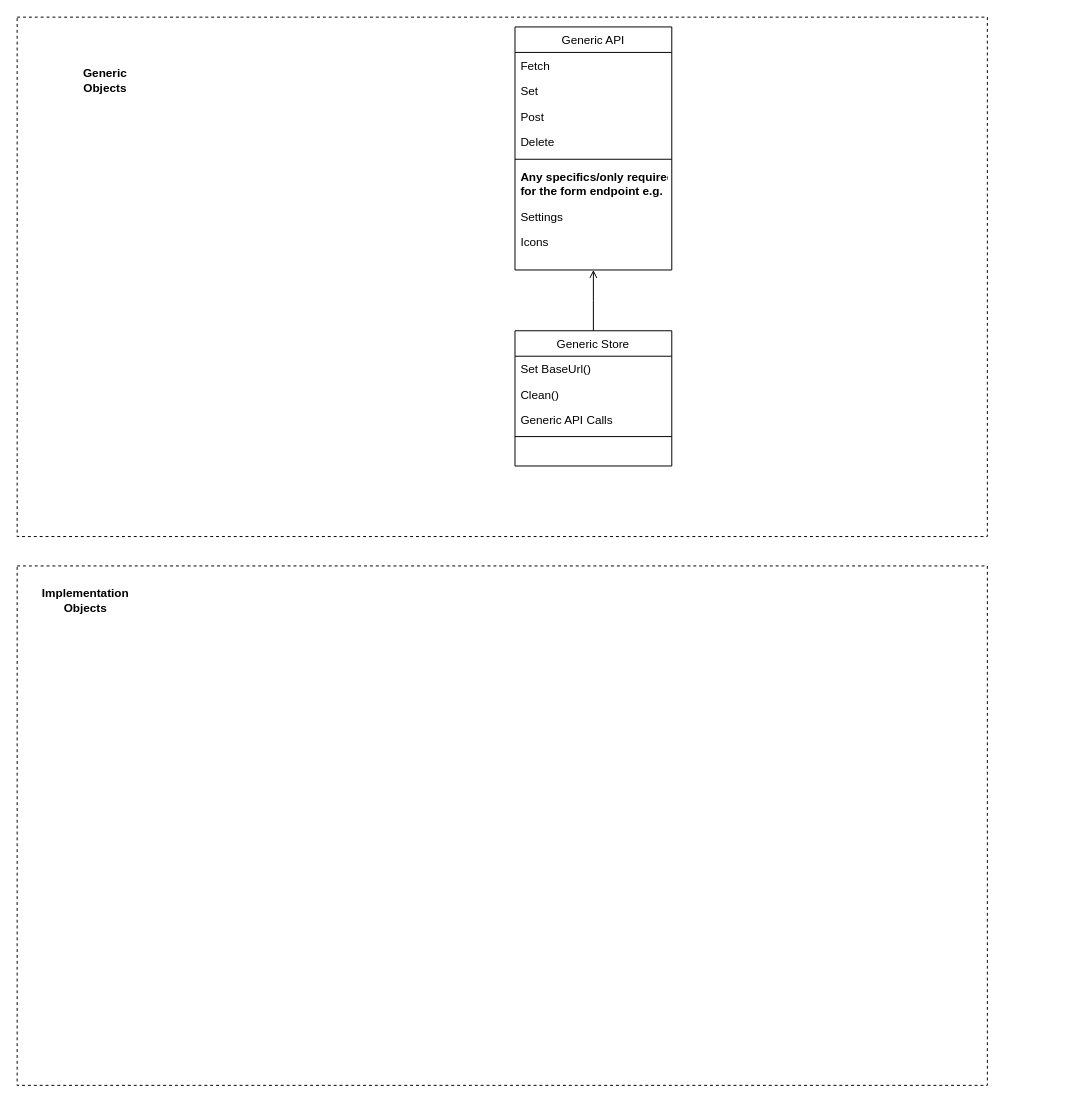
This is GenericTableDesign.drawio from gbates-e2open/drawioFiles, a draw.io file, before an edit. Source tidied: cells renumbered, new cells numbered last; positions are measured from the earlier drawing's top-left corner, leaving out a move shared by most shapes. Both pictures are drawn from the tidied source at 98%, with x=0, y=0 at pixel (17, 17).
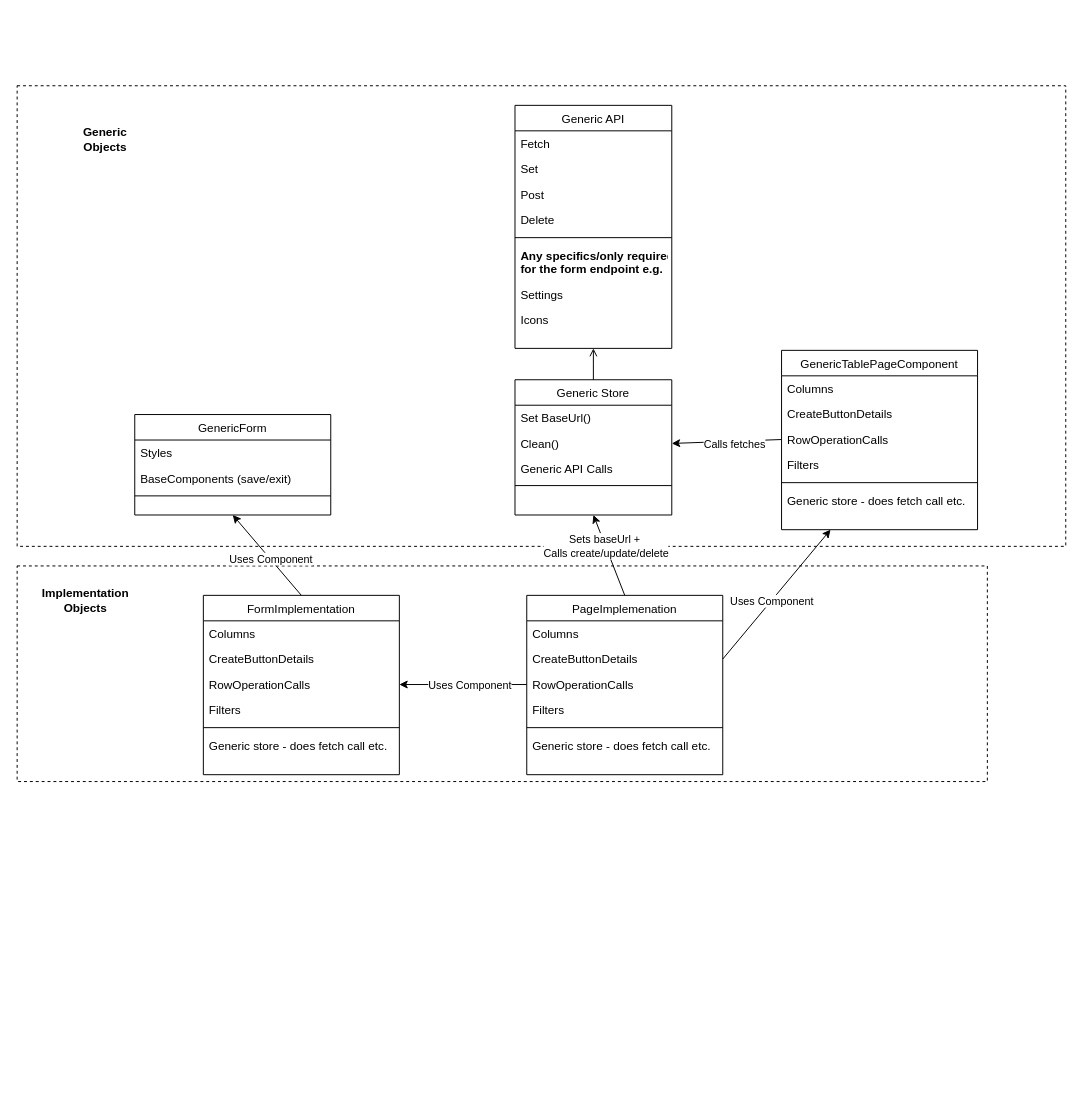
Above is the later version.

The change refers to these unchanged cells:
```xml
<mxCell id="5" value="Clean()" style="text;align=left;verticalAlign=top;spacingLeft=4;spacingRight=4;overflow=hidden;points=[[0,0.5],[1,0.5]];portConstraint=eastwest;rounded=0;shadow=0;html=0;" parent="3" vertex="1">
  <mxGeometry y="52" width="160" height="26" as="geometry" />
</mxCell>
```

Change to the diagram source:
```diff
@@
     <mxCell id="2" style="rounded=0;whiteSpace=wrap;html=1;dashed=1;" parent="1" vertex="1">
-      <mxGeometry width="990" height="530" as="geometry" />
+      <mxGeometry y="70" width="1070" height="470" as="geometry" />
     </mxCell>
     <mxCell id="3" value="Generic Store" style="swimlane;fontStyle=0;align=center;verticalAlign=top;horizontal=1;startSize=26;rounded=0;shadow=0;strokeWidth=1;" parent="1" vertex="1">
-      <mxGeometry x="508" y="320" width="160" height="138" as="geometry" />
+      <mxGeometry x="508" y="370" width="160" height="138" as="geometry" />
     </mxCell>
@@
     <mxCell id="8" value="Generic API" style="swimlane;fontStyle=0;align=center;verticalAlign=top;horizontal=1;startSize=26;rounded=0;shadow=0;strokeWidth=1;" parent="1" vertex="1">
-      <mxGeometry x="508" y="10" width="160" height="248" as="geometry" />
+      <mxGeometry x="508" y="90" width="160" height="248" as="geometry" />
     </mxCell>
@@
     <mxCell id="18" value="&lt;b&gt;Generic Objects&lt;/b&gt;" style="text;html=1;align=center;verticalAlign=middle;whiteSpace=wrap;rounded=0;" parent="1" vertex="1">
-      <mxGeometry x="60" y="50" width="60" height="30" as="geometry" />
+      <mxGeometry x="60" y="110" width="60" height="30" as="geometry" />
     </mxCell>
     <mxCell id="19" style="rounded=0;whiteSpace=wrap;html=1;dashed=1;" parent="1" vertex="1">
-      <mxGeometry y="560" width="990" height="530" as="geometry" />
+      <mxGeometry y="560" width="990" height="220" as="geometry" />
     </mxCell>
@@
+    <mxCell id="21" value="GenericTablePageComponent" style="swimlane;fontStyle=0;align=center;verticalAlign=top;horizontal=1;startSize=26;rounded=0;shadow=0;strokeWidth=1;" parent="1" vertex="1">
+      <mxGeometry x="780" y="340" width="200" height="183" as="geometry" />
+    </mxCell>
+    <mxCell id="22" value="Columns" style="text;align=left;verticalAlign=top;spacingLeft=4;spacingRight=4;overflow=hidden;rounded=0;shadow=0;html=0;" parent="21" vertex="1">
+      <mxGeometry y="26" width="200" height="26" as="geometry" />
+    </mxCell>
+    <mxCell id="23" value="CreateButtonDetails" style="text;align=left;verticalAlign=top;spacingLeft=4;spacingRight=4;overflow=hidden;rounded=0;shadow=0;html=0;" parent="21" vertex="1">
+      <mxGeometry y="52" width="200" height="26" as="geometry" />
+    </mxCell>
+    <mxCell id="24" value="RowOperationCalls" style="text;align=left;verticalAlign=top;spacingLeft=4;spacingRight=4;overflow=hidden;points=[[0,0.5],[1,0.5]];portConstraint=eastwest;rounded=0;shadow=0;html=0;" parent="21" vertex="1">
+      <mxGeometry y="78" width="200" height="26" as="geometry" />
+    </mxCell>
+    <mxCell id="25" value="Filters" style="text;align=left;verticalAlign=top;spacingLeft=4;spacingRight=4;overflow=hidden;rounded=0;shadow=0;html=0;" parent="21" vertex="1">
+      <mxGeometry y="104" width="200" height="26" as="geometry" />
+    </mxCell>
+    <mxCell id="26" style="line;html=1;strokeWidth=1;align=left;verticalAlign=middle;spacingTop=-1;spacingLeft=3;spacingRight=3;labelPosition=right;" parent="21" vertex="1">
+      <mxGeometry y="130" width="200" height="10" as="geometry" />
+    </mxCell>
+    <mxCell id="27" value="Generic store - does fetch call etc." style="text;align=left;verticalAlign=top;spacingLeft=4;spacingRight=4;overflow=hidden;" parent="21" vertex="1">
+      <mxGeometry y="140" width="200" height="26" as="geometry" />
+    </mxCell>
+    <mxCell id="28" value="PageImplemenation" style="swimlane;fontStyle=0;align=center;verticalAlign=top;horizontal=1;startSize=26;rounded=0;shadow=0;strokeWidth=1;" parent="1" vertex="1">
+      <mxGeometry x="520" y="590" width="200" height="183" as="geometry" />
+    </mxCell>
+    <mxCell id="29" value="Columns" style="text;align=left;verticalAlign=top;spacingLeft=4;spacingRight=4;overflow=hidden;rounded=0;shadow=0;html=0;" parent="28" vertex="1">
+      <mxGeometry y="26" width="200" height="26" as="geometry" />
+    </mxCell>
+    <mxCell id="30" value="CreateButtonDetails" style="text;align=left;verticalAlign=top;spacingLeft=4;spacingRight=4;overflow=hidden;points=[[0,0.5],[1,0.5]];portConstraint=eastwest;rounded=0;shadow=0;html=0;" parent="28" vertex="1">
+      <mxGeometry y="52" width="200" height="26" as="geometry" />
+    </mxCell>
+    <mxCell id="31" value="RowOperationCalls" style="text;align=left;verticalAlign=top;spacingLeft=4;spacingRight=4;overflow=hidden;points=[[0,0.5],[1,0.5]];portConstraint=eastwest;rounded=0;shadow=0;html=0;" parent="28" vertex="1">
+      <mxGeometry y="78" width="200" height="26" as="geometry" />
+    </mxCell>
+    <mxCell id="32" value="Filters" style="text;align=left;verticalAlign=top;spacingLeft=4;spacingRight=4;overflow=hidden;rounded=0;shadow=0;html=0;" parent="28" vertex="1">
+      <mxGeometry y="104" width="200" height="26" as="geometry" />
+    </mxCell>
+    <mxCell id="33" style="line;html=1;strokeWidth=1;align=left;verticalAlign=middle;spacingTop=-1;spacingLeft=3;spacingRight=3;labelPosition=right;" parent="28" vertex="1">
+      <mxGeometry y="130" width="200" height="10" as="geometry" />
+    </mxCell>
+    <mxCell id="34" value="Generic store - does fetch call etc." style="text;align=left;verticalAlign=top;spacingLeft=4;spacingRight=4;overflow=hidden;" parent="28" vertex="1">
+      <mxGeometry y="140" width="200" height="26" as="geometry" />
+    </mxCell>
+    <mxCell id="35" value="FormImplementation" style="swimlane;fontStyle=0;align=center;verticalAlign=top;horizontal=1;startSize=26;rounded=0;shadow=0;strokeWidth=1;" parent="1" vertex="1">
+      <mxGeometry x="190" y="590" width="200" height="183" as="geometry" />
+    </mxCell>
+    <mxCell id="36" value="Columns" style="text;align=left;verticalAlign=top;spacingLeft=4;spacingRight=4;overflow=hidden;rounded=0;shadow=0;html=0;" parent="35" vertex="1">
+      <mxGeometry y="26" width="200" height="26" as="geometry" />
+    </mxCell>
+    <mxCell id="37" value="CreateButtonDetails" style="text;align=left;verticalAlign=top;spacingLeft=4;spacingRight=4;overflow=hidden;rounded=0;shadow=0;html=0;" parent="35" vertex="1">
+      <mxGeometry y="52" width="200" height="26" as="geometry" />
+    </mxCell>
+    <mxCell id="38" value="RowOperationCalls" style="text;align=left;verticalAlign=top;spacingLeft=4;spacingRight=4;overflow=hidden;points=[[0,0.5],[1,0.5]];portConstraint=eastwest;rounded=0;shadow=0;html=0;" parent="35" vertex="1">
+      <mxGeometry y="78" width="200" height="26" as="geometry" />
+    </mxCell>
+    <mxCell id="39" value="Filters" style="text;align=left;verticalAlign=top;spacingLeft=4;spacingRight=4;overflow=hidden;rounded=0;shadow=0;html=0;" parent="35" vertex="1">
+      <mxGeometry y="104" width="200" height="26" as="geometry" />
+    </mxCell>
+    <mxCell id="40" style="line;html=1;strokeWidth=1;align=left;verticalAlign=middle;spacingTop=-1;spacingLeft=3;spacingRight=3;labelPosition=right;" parent="35" vertex="1">
+      <mxGeometry y="130" width="200" height="10" as="geometry" />
+    </mxCell>
+    <mxCell id="41" value="Generic store - does fetch call etc." style="text;align=left;verticalAlign=top;spacingLeft=4;spacingRight=4;overflow=hidden;" parent="35" vertex="1">
+      <mxGeometry y="140" width="200" height="26" as="geometry" />
+    </mxCell>
+    <mxCell id="42" style="endArrow=classic;html=1;rounded=0;entryX=0.25;entryY=1;entryDx=0;entryDy=0;exitX=1;exitY=0.5;exitDx=0;exitDy=0;" parent="1" edge="1" source="30" target="21">
+      <mxGeometry relative="1" as="geometry" />
+    </mxCell>
+    <mxCell id="43" value="Uses Component" style="edgeLabel;html=1;align=center;verticalAlign=middle;" parent="42" vertex="1">
+      <mxGeometry x="-0.1" relative="1" as="geometry" />
+    </mxCell>
+    <mxCell id="44" style="endArrow=classic;html=1;rounded=0;entryX=0.5;entryY=1;entryDx=0;entryDy=0;exitX=0.5;exitY=0;exitDx=0;exitDy=0;" parent="1" edge="1" source="28" target="3">
+      <mxGeometry relative="1" as="geometry" />
+    </mxCell>
+    <mxCell id="45" value="Sets baseUrl +&amp;nbsp;&lt;div&gt;Calls create/update/delete&lt;/div&gt;" style="edgeLabel;html=1;align=center;verticalAlign=middle;" parent="44" vertex="1">
+      <mxGeometry x="0.25" y="1" relative="1" as="geometry">
+        <mxPoint x="1" as="offset" />
+      </mxGeometry>
+    </mxCell>
+    <mxCell id="46" style="endArrow=classic;html=1;rounded=0;entryX=1;entryY=0.5;entryDx=0;entryDy=0;exitX=0;exitY=0.5;exitDx=0;exitDy=0;" parent="1" edge="1" source="24" target="5">
+      <mxGeometry relative="1" as="geometry" />
+    </mxCell>
+    <mxCell id="47" value="Calls fetches" style="edgeLabel;html=1;align=center;verticalAlign=middle;" parent="46" vertex="1">
+      <mxGeometry x="-0.12" y="3" relative="1" as="geometry" />
+    </mxCell>
+    <mxCell id="48" style="endArrow=classic;html=1;rounded=0;entryX=1;entryY=0.5;entryDx=0;entryDy=0;exitX=0;exitY=0.5;exitDx=0;exitDy=0;" parent="1" edge="1" source="31" target="38">
+      <mxGeometry relative="1" as="geometry" />
+    </mxCell>
+    <mxCell id="49" value="Uses Component" style="edgeLabel;html=1;align=center;verticalAlign=middle;" parent="48" vertex="1">
+      <mxGeometry x="-0.1" relative="1" as="geometry" />
+    </mxCell>
+    <mxCell id="50" value="GenericForm" style="swimlane;fontStyle=0;align=center;verticalAlign=top;horizontal=1;startSize=26;rounded=0;shadow=0;strokeWidth=1;" parent="1" vertex="1">
+      <mxGeometry x="120" y="405.5" width="200" height="102.5" as="geometry" />
+    </mxCell>
+    <mxCell id="51" value="Styles" style="text;align=left;verticalAlign=top;spacingLeft=4;spacingRight=4;overflow=hidden;rounded=0;shadow=0;html=0;" parent="50" vertex="1">
+      <mxGeometry y="26" width="200" height="26" as="geometry" />
+    </mxCell>
+    <mxCell id="52" value="BaseComponents (save/exit)" style="text;align=left;verticalAlign=top;spacingLeft=4;spacingRight=4;overflow=hidden;rounded=0;shadow=0;html=0;" parent="50" vertex="1">
+      <mxGeometry y="52" width="200" height="26" as="geometry" />
+    </mxCell>
+    <mxCell id="53" style="line;html=1;strokeWidth=1;align=left;verticalAlign=middle;spacingTop=-1;spacingLeft=3;spacingRight=3;labelPosition=right;" parent="50" vertex="1">
+      <mxGeometry y="78" width="200" height="10" as="geometry" />
+    </mxCell>
+    <mxCell id="54" style="endArrow=classic;html=1;rounded=0;entryX=0.5;entryY=1;entryDx=0;entryDy=0;exitX=0.5;exitY=0;exitDx=0;exitDy=0;" parent="1" edge="1" source="35" target="50">
+      <mxGeometry relative="1" as="geometry" />
+    </mxCell>
+    <mxCell id="55" value="Uses Component" style="edgeLabel;html=1;align=center;verticalAlign=middle;" parent="54" vertex="1">
+      <mxGeometry x="-0.1" relative="1" as="geometry" />
+    </mxCell>
```
